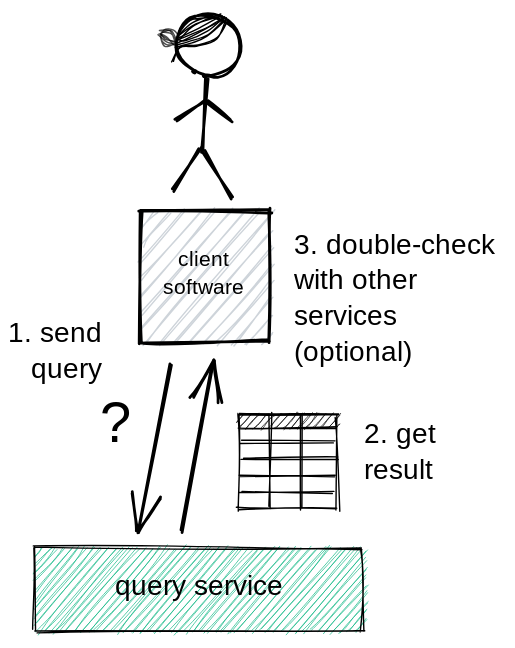
This is images/querying.svg from tkuhn/knowledge-space, a Excalidraw export, as it was before one commit. Source tidied: one line per element, renumbered; positions are measured from the earlier drawing's top-left corner, leaving out a move shared by most shapes. The source it was exported from:
```json
{"id": 0, "type": "ellipse", "strokeColor": "#000000", "angle": 3.54, "strokeWidth": 2, "roughness": 1, "x": 115, "y": 0, "width": 47, "height": 43}
{"id": 1, "type": "line", "strokeColor": "#000000", "backgroundColor": "#ced4da", "fillStyle": "solid", "strokeWidth": 2, "roughness": 1, "x": 137, "y": 45, "width": 2, "height": 53, "points": [[0, 0], [-2, 53]]}
{"id": 2, "type": "line", "strokeColor": "#000000", "backgroundColor": "#ced4da", "fillStyle": "solid", "strokeWidth": 2, "roughness": 1, "x": 135, "y": 98, "width": 21, "height": 32, "points": [[0, 0], [21, 32]]}
{"id": 3, "type": "line", "strokeColor": "#000000", "backgroundColor": "#ced4da", "fillStyle": "solid", "strokeWidth": 2, "roughness": 1, "x": 132, "y": 96, "width": 18, "height": 30, "points": [[0, 0], [-18, 30]]}
{"id": 4, "type": "line", "strokeColor": "#000000", "backgroundColor": "#ced4da", "fillStyle": "solid", "strokeWidth": 2, "roughness": 1, "x": 117, "y": 76, "width": 19, "height": 14, "points": [[0, 0], [19, -14]]}
{"id": 5, "type": "line", "strokeColor": "#000000", "backgroundColor": "#ced4da", "fillStyle": "solid", "strokeWidth": 2, "roughness": 1, "x": 137, "y": 62, "width": 19, "height": 14, "points": [[0, 0], [19, 14]]}
{"id": 6, "type": "line", "strokeColor": "#000000", "strokeWidth": 1, "roughness": 1, "x": 167, "y": 4, "width": 39, "height": 29, "points": [[-15, 0], [-23, 13], [-36, 19], [-48, 19], [-54, 29]]}
{"id": 7, "type": "line", "strokeColor": "#000000", "strokeWidth": 1, "roughness": 1, "x": 163, "y": 3, "width": 34, "height": 19, "points": [[-13, 0], [-24, 11], [-38, 17], [-48, 19]]}
{"id": 8, "type": "line", "strokeColor": "#000000", "strokeWidth": 1, "roughness": 1, "x": 160, "y": 1, "width": 30, "height": 15, "points": [[-12, 0], [-29, 6], [-42, 15]]}
{"id": 9, "type": "line", "strokeColor": "#000000", "strokeWidth": 1, "roughness": 1, "x": 161, "y": 3, "width": 32, "height": 16, "points": [[-13, 0], [-25, 9], [-37, 14], [-45, 16]]}
{"id": 10, "type": "line", "strokeColor": "#000000", "strokeWidth": 1, "roughness": 1, "x": 160, "y": 2, "width": 31, "height": 15, "points": [[-12, 0], [-27, 8], [-43, 15]]}
{"id": 11, "type": "line", "strokeColor": "#000000", "strokeWidth": 1, "roughness": 1, "x": 155, "y": 1, "width": 26, "height": 13, "points": [[-10, 0], [-27, 5], [-37, 13]]}
{"id": 12, "type": "line", "strokeColor": "#000000", "strokeWidth": 1, "roughness": 1, "opacity": 70, "x": 120, "y": 26, "width": 13, "height": 11, "points": [[-4, -4], [-11, -5], [-15, -10], [-13, -15], [-6, -16], [-3, -10]]}
{"id": 13, "type": "line", "strokeColor": "#000000", "strokeWidth": 1, "roughness": 1, "opacity": 70, "x": 103, "y": 14, "width": 12, "height": 6, "points": [[0, 0], [5, 5], [12, 6]]}
{"id": 14, "type": "line", "strokeColor": "#000000", "strokeWidth": 1, "roughness": 1, "opacity": 70, "x": 105, "y": 12, "width": 10, "height": 6, "points": [[0, 0], [7, 1], [10, 6]]}
{"id": 15, "type": "line", "strokeColor": "#000000", "strokeWidth": 1, "roughness": 1, "opacity": 70, "x": 105, "y": 14, "width": 10, "height": 6, "points": [[0, 0], [4, 3], [10, 6]]}
{"id": 16, "type": "arrow", "strokeColor": "#000000", "strokeWidth": 2, "roughness": 1, "endArrowhead": "arrow", "from": 17, "to": 24, "x": 112, "y": 250, "width": 24, "height": 119, "points": [[0, 0], [-24, 119]]}
{"id": 17, "type": "rectangle", "strokeColor": "#000000", "backgroundColor": "#ced4da", "fillStyle": "hachure", "strokeWidth": 2, "roughness": 1, "x": 91, "y": 140, "width": 92, "height": 94}
{"id": 18, "type": "text", "text": "client\nsoftware", "strokeColor": "#000000", "backgroundColor": "#ced4da", "fillStyle": "hachure", "strokeWidth": 2, "roughness": 1, "fontSize": 15.0, "fontFamily": 1, "textAlign": "center", "verticalAlign": "middle", "x": 102, "y": 166, "width": 66, "height": 40}
{"id": 19, "type": "arrow", "strokeColor": "#000000", "strokeWidth": 2, "roughness": 1, "startArrowhead": "arrow", "from": 17, "to": 24, "x": 142, "y": 248, "width": 22, "height": 121, "points": [[0, 0], [-22, 121]]}
{"id": 20, "type": "text", "text": "?", "strokeColor": "#000000", "backgroundColor": "#12b886", "fillStyle": "hachure", "strokeWidth": 1, "strokeStyle": "dotted", "roughness": 0, "fontSize": 40.0, "fontFamily": 1, "x": 61, "y": 268, "width": 20, "height": 52}
{"id": 21, "type": "text", "text": "1. send\nquery", "strokeColor": "#000000", "strokeWidth": 1, "roughness": 1, "fontSize": 20, "fontFamily": 1, "textAlign": "right", "x": 0, "y": 216, "width": 63, "height": 51}
{"id": 22, "type": "text", "text": "2. get\nresult", "strokeColor": "#000000", "strokeWidth": 1, "roughness": 1, "fontSize": 20, "fontFamily": 1, "x": 250, "y": 288, "width": 62, "height": 51}
{"id": 23, "type": "text", "text": "3. double-check\nwith other\nservices\n(optional)", "strokeColor": "#000000", "strokeWidth": 1, "roughness": 1, "fontSize": 20, "fontFamily": 1, "x": 200, "y": 153, "width": 148, "height": 102}
{"id": 24, "type": "rectangle", "strokeColor": "transparent", "backgroundColor": "#ffffff", "fillStyle": "solid", "strokeWidth": 1, "roughness": 1, "x": 16, "y": 383, "width": 234, "height": 59}
{"id": 25, "type": "rectangle", "strokeColor": "#000000", "backgroundColor": "#12b886", "fillStyle": "hachure", "strokeWidth": 1, "roughness": 1, "x": 15, "y": 381, "width": 234, "height": 59}
{"id": 26, "type": "text", "text": "query service", "strokeColor": "#000000", "backgroundColor": "#228be6", "fillStyle": "solid", "strokeWidth": 1, "roughness": 1, "fontSize": 20, "fontFamily": 1, "textAlign": "center", "x": 68, "y": 396, "width": 128, "height": 25}
{"id": 27, "type": "rectangle", "strokeColor": "#000000", "strokeWidth": 1, "roughness": 1, "x": 161, "y": 286, "width": 70, "height": 67}
{"id": 28, "type": "line", "strokeColor": "#000000", "strokeWidth": 1, "roughness": 1, "x": 162, "y": 295, "width": 68, "height": 0, "points": [[0, 0], [68, 0]]}
{"id": 29, "type": "line", "strokeColor": "#000000", "strokeWidth": 1, "roughness": 1, "x": 162, "y": 305, "width": 68, "height": 0, "points": [[0, 0], [68, 0]]}
{"id": 30, "type": "line", "strokeColor": "#000000", "strokeWidth": 1, "roughness": 1, "x": 163, "y": 317, "width": 68, "height": 0, "points": [[0, 0], [68, 0]]}
{"id": 31, "type": "line", "strokeColor": "#000000", "strokeWidth": 1, "roughness": 1, "x": 161, "y": 330, "width": 68, "height": 0, "points": [[0, 0], [68, 0]]}
{"id": 32, "type": "line", "strokeColor": "#000000", "strokeWidth": 1, "roughness": 1, "x": 161, "y": 341, "width": 68, "height": 0, "points": [[0, 0], [68, 0]]}
{"id": 33, "type": "line", "strokeColor": "#000000", "strokeWidth": 1, "roughness": 1, "x": 182, "y": 285, "width": 0, "height": 67, "points": [[0, 0], [0, 67]]}
{"id": 34, "type": "line", "strokeColor": "#000000", "strokeWidth": 1, "roughness": 1, "x": 205, "y": 286, "width": 0, "height": 67, "points": [[0, 0], [0, 67]]}
{"id": 35, "type": "rectangle", "strokeColor": "transparent", "backgroundColor": "#000", "fillStyle": "hachure", "strokeWidth": 1, "roughness": 1, "x": 159, "y": 285, "width": 71, "height": 10}
```
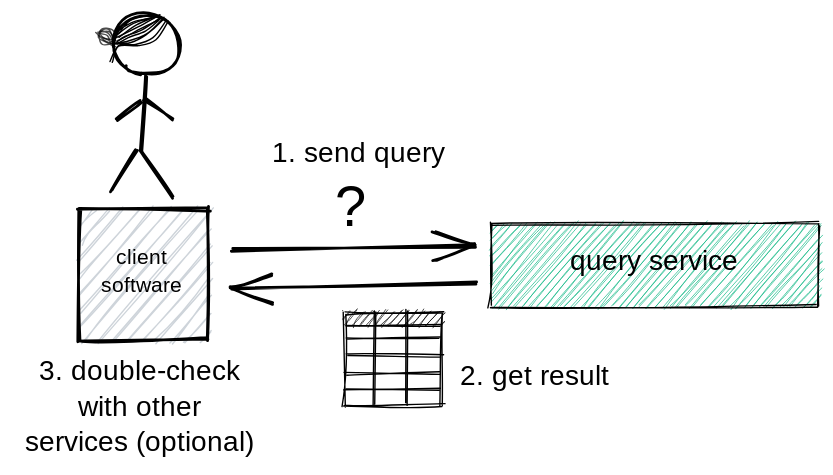
Above is the later version.

What changed in the source:
```diff
@@ -1,36 +1,36 @@
-{"id": 0, "type": "ellipse", "strokeColor": "#000000", "angle": 3.54, "strokeWidth": 2, "roughness": 1, "x": 115, "y": 0, "width": 47, "height": 43}
-{"id": 1, "type": "line", "strokeColor": "#000000", "backgroundColor": "#ced4da", "fillStyle": "solid", "strokeWidth": 2, "roughness": 1, "x": 137, "y": 45, "width": 2, "height": 53, "points": [[0, 0], [-2, 53]]}
-{"id": 2, "type": "line", "strokeColor": "#000000", "backgroundColor": "#ced4da", "fillStyle": "solid", "strokeWidth": 2, "roughness": 1, "x": 135, "y": 98, "width": 21, "height": 32, "points": [[0, 0], [21, 32]]}
-{"id": 3, "type": "line", "strokeColor": "#000000", "backgroundColor": "#ced4da", "fillStyle": "solid", "strokeWidth": 2, "roughness": 1, "x": 132, "y": 96, "width": 18, "height": 30, "points": [[0, 0], [-18, 30]]}
-{"id": 4, "type": "line", "strokeColor": "#000000", "backgroundColor": "#ced4da", "fillStyle": "solid", "strokeWidth": 2, "roughness": 1, "x": 117, "y": 76, "width": 19, "height": 14, "points": [[0, 0], [19, -14]]}
-{"id": 5, "type": "line", "strokeColor": "#000000", "backgroundColor": "#ced4da", "fillStyle": "solid", "strokeWidth": 2, "roughness": 1, "x": 137, "y": 62, "width": 19, "height": 14, "points": [[0, 0], [19, 14]]}
-{"id": 6, "type": "line", "strokeColor": "#000000", "strokeWidth": 1, "roughness": 1, "x": 167, "y": 4, "width": 39, "height": 29, "points": [[-15, 0], [-23, 13], [-36, 19], [-48, 19], [-54, 29]]}
-{"id": 7, "type": "line", "strokeColor": "#000000", "strokeWidth": 1, "roughness": 1, "x": 163, "y": 3, "width": 34, "height": 19, "points": [[-13, 0], [-24, 11], [-38, 17], [-48, 19]]}
-{"id": 8, "type": "line", "strokeColor": "#000000", "strokeWidth": 1, "roughness": 1, "x": 160, "y": 1, "width": 30, "height": 15, "points": [[-12, 0], [-29, 6], [-42, 15]]}
-{"id": 9, "type": "line", "strokeColor": "#000000", "strokeWidth": 1, "roughness": 1, "x": 161, "y": 3, "width": 32, "height": 16, "points": [[-13, 0], [-25, 9], [-37, 14], [-45, 16]]}
-{"id": 10, "type": "line", "strokeColor": "#000000", "strokeWidth": 1, "roughness": 1, "x": 160, "y": 2, "width": 31, "height": 15, "points": [[-12, 0], [-27, 8], [-43, 15]]}
-{"id": 11, "type": "line", "strokeColor": "#000000", "strokeWidth": 1, "roughness": 1, "x": 155, "y": 1, "width": 26, "height": 13, "points": [[-10, 0], [-27, 5], [-37, 13]]}
-{"id": 12, "type": "line", "strokeColor": "#000000", "strokeWidth": 1, "roughness": 1, "opacity": 70, "x": 120, "y": 26, "width": 13, "height": 11, "points": [[-4, -4], [-11, -5], [-15, -10], [-13, -15], [-6, -16], [-3, -10]]}
-{"id": 13, "type": "line", "strokeColor": "#000000", "strokeWidth": 1, "roughness": 1, "opacity": 70, "x": 103, "y": 14, "width": 12, "height": 6, "points": [[0, 0], [5, 5], [12, 6]]}
-{"id": 14, "type": "line", "strokeColor": "#000000", "strokeWidth": 1, "roughness": 1, "opacity": 70, "x": 105, "y": 12, "width": 10, "height": 6, "points": [[0, 0], [7, 1], [10, 6]]}
-{"id": 15, "type": "line", "strokeColor": "#000000", "strokeWidth": 1, "roughness": 1, "opacity": 70, "x": 105, "y": 14, "width": 10, "height": 6, "points": [[0, 0], [4, 3], [10, 6]]}
-{"id": 16, "type": "arrow", "strokeColor": "#000000", "strokeWidth": 2, "roughness": 1, "endArrowhead": "arrow", "from": 17, "to": 24, "x": 112, "y": 250, "width": 24, "height": 119, "points": [[0, 0], [-24, 119]]}
+{"id": 16, "type": "arrow", "strokeColor": "#000000", "strokeWidth": 2, "roughness": 1, "startArrowhead": "arrow", "from": 17, "to": 52, "x": 199, "y": 197, "width": 175, "height": 5, "points": [[0, 0], [175, -5]]}
 {"id": 17, "type": "rectangle", "strokeColor": "#000000", "backgroundColor": "#ced4da", "fillStyle": "hachure", "strokeWidth": 2, "roughness": 1, "x": 91, "y": 140, "width": 92, "height": 94}
 {"id": 18, "type": "text", "text": "client\nsoftware", "strokeColor": "#000000", "backgroundColor": "#ced4da", "fillStyle": "hachure", "strokeWidth": 2, "roughness": 1, "fontSize": 15.0, "fontFamily": 1, "textAlign": "center", "verticalAlign": "middle", "x": 102, "y": 166, "width": 66, "height": 40}
-{"id": 19, "type": "arrow", "strokeColor": "#000000", "strokeWidth": 2, "roughness": 1, "startArrowhead": "arrow", "from": 17, "to": 24, "x": 142, "y": 248, "width": 22, "height": 121, "points": [[0, 0], [-22, 121]]}
+{"id": 19, "type": "arrow", "strokeColor": "#000000", "strokeWidth": 2, "roughness": 1, "endArrowhead": "arrow", "from": 17, "to": 52, "x": 199, "y": 169, "width": 174, "height": 2, "points": [[0, 0], [174, -2]]}
-{"id": 20, "type": "text", "text": "?", "strokeColor": "#000000", "backgroundColor": "#12b886", "fillStyle": "hachure", "strokeWidth": 1, "strokeStyle": "dotted", "roughness": 0, "fontSize": 40.0, "fontFamily": 1, "x": 61, "y": 268, "width": 20, "height": 52}
+{"id": 20, "type": "text", "text": "?", "strokeColor": "#000000", "backgroundColor": "#12b886", "fillStyle": "hachure", "strokeWidth": 1, "strokeStyle": "dotted", "roughness": 0, "fontSize": 40.0, "fontFamily": 1, "x": 273, "y": 116, "width": 20, "height": 52}
-{"id": 21, "type": "text", "text": "1. send\nquery", "strokeColor": "#000000", "strokeWidth": 1, "roughness": 1, "fontSize": 20, "fontFamily": 1, "textAlign": "right", "x": 0, "y": 216, "width": 63, "height": 51}
+{"id": 21, "type": "text", "text": "1. send query", "strokeColor": "#000000", "strokeWidth": 1, "roughness": 1, "fontSize": 20, "fontFamily": 1, "textAlign": "center", "x": 227, "y": 88, "width": 126, "height": 25}
-{"id": 22, "type": "text", "text": "2. get\nresult", "strokeColor": "#000000", "strokeWidth": 1, "roughness": 1, "fontSize": 20, "fontFamily": 1, "x": 250, "y": 288, "width": 62, "height": 51}
+{"id": 22, "type": "text", "text": "2. get result", "strokeColor": "#000000", "strokeWidth": 1, "roughness": 1, "fontSize": 20, "fontFamily": 1, "x": 363, "y": 248, "width": 131, "height": 25}
-{"id": 23, "type": "text", "text": "3. double-check\nwith other\nservices\n(optional)", "strokeColor": "#000000", "strokeWidth": 1, "roughness": 1, "fontSize": 20, "fontFamily": 1, "x": 200, "y": 153, "width": 148, "height": 102}
+{"id": 23, "type": "text", "text": "3. double-check\nwith other\nservices (optional)", "strokeColor": "#000000", "strokeWidth": 1, "roughness": 1, "fontSize": 20, "fontFamily": 1, "textAlign": "center", "x": 44, "y": 244, "width": 179, "height": 76}
-{"id": 24, "type": "rectangle", "strokeColor": "transparent", "backgroundColor": "#ffffff", "fillStyle": "solid", "strokeWidth": 1, "roughness": 1, "x": 16, "y": 383, "width": 234, "height": 59}
-{"id": 25, "type": "rectangle", "strokeColor": "#000000", "backgroundColor": "#12b886", "fillStyle": "hachure", "strokeWidth": 1, "roughness": 1, "x": 15, "y": 381, "width": 234, "height": 59}
+{"id": 36, "type": "ellipse", "strokeColor": "#000000", "angle": 3.54, "strokeWidth": 2, "roughness": 1, "x": 115, "y": 1, "width": 47, "height": 43}
+{"id": 37, "type": "line", "strokeColor": "#000000", "backgroundColor": "#ced4da", "fillStyle": "solid", "strokeWidth": 2, "roughness": 1, "x": 137, "y": 46, "width": 2, "height": 53, "points": [[0, 0], [-2, 53]]}
+{"id": 38, "type": "line", "strokeColor": "#000000", "backgroundColor": "#ced4da", "fillStyle": "solid", "strokeWidth": 2, "roughness": 1, "x": 135, "y": 100, "width": 21, "height": 32, "points": [[0, 0], [21, 32]]}
+{"id": 39, "type": "line", "strokeColor": "#000000", "backgroundColor": "#ced4da", "fillStyle": "solid", "strokeWidth": 2, "roughness": 1, "x": 132, "y": 97, "width": 18, "height": 30, "points": [[0, 0], [-18, 30]]}
+{"id": 40, "type": "line", "strokeColor": "#000000", "backgroundColor": "#ced4da", "fillStyle": "solid", "strokeWidth": 2, "roughness": 1, "x": 116, "y": 77, "width": 19, "height": 14, "points": [[0, 0], [19, -14]]}
+{"id": 41, "type": "line", "strokeColor": "#000000", "backgroundColor": "#ced4da", "fillStyle": "solid", "strokeWidth": 2, "roughness": 1, "x": 137, "y": 63, "width": 19, "height": 14, "points": [[0, 0], [19, 14]]}
+{"id": 42, "type": "line", "strokeColor": "#000000", "strokeWidth": 1, "roughness": 1, "x": 152, "y": 5, "width": 39, "height": 29, "points": [[0, 0], [-8, 13], [-21, 19], [-33, 19], [-39, 29]]}
+{"id": 43, "type": "line", "strokeColor": "#000000", "strokeWidth": 1, "roughness": 1, "x": 150, "y": 4, "width": 34, "height": 19, "points": [[0, 0], [-11, 11], [-24, 17], [-34, 19]]}
+{"id": 44, "type": "line", "strokeColor": "#000000", "strokeWidth": 1, "roughness": 1, "x": 148, "y": 2, "width": 30, "height": 15, "points": [[0, 0], [-18, 6], [-30, 15]]}
+{"id": 45, "type": "line", "strokeColor": "#000000", "strokeWidth": 1, "roughness": 1, "x": 149, "y": 4, "width": 32, "height": 16, "points": [[0, 0], [-12, 9], [-25, 14], [-32, 16]]}
+{"id": 46, "type": "line", "strokeColor": "#000000", "strokeWidth": 1, "roughness": 1, "x": 148, "y": 3, "width": 31, "height": 15, "points": [[0, 0], [-15, 8], [-31, 15]]}
+{"id": 47, "type": "line", "strokeColor": "#000000", "strokeWidth": 1, "roughness": 1, "x": 144, "y": 2, "width": 26, "height": 13, "points": [[0, 0], [-17, 5], [-26, 13]]}
+{"id": 48, "type": "line", "strokeColor": "#000000", "strokeWidth": 1, "roughness": 1, "opacity": 70, "x": 115, "y": 23, "width": 13, "height": 11, "points": [[0, 0], [-7, -1], [-11, -5], [-9, -11], [-2, -11], [2, -5]]}
+{"id": 49, "type": "line", "strokeColor": "#000000", "strokeWidth": 1, "roughness": 1, "opacity": 70, "x": 103, "y": 15, "width": 12, "height": 6, "points": [[0, 0], [5, 5], [12, 6]]}
+{"id": 50, "type": "line", "strokeColor": "#000000", "strokeWidth": 1, "roughness": 1, "opacity": 70, "x": 105, "y": 13, "width": 10, "height": 6, "points": [[0, 0], [7, 1], [10, 6]]}
+{"id": 51, "type": "line", "strokeColor": "#000000", "strokeWidth": 1, "roughness": 1, "opacity": 70, "x": 105, "y": 15, "width": 10, "height": 6, "points": [[0, 0], [4, 3], [10, 6]]}
+{"id": 52, "type": "rectangle", "strokeColor": "transparent", "backgroundColor": "#ffffff", "fillStyle": "solid", "strokeWidth": 1, "roughness": 1, "x": 385, "y": 153, "width": 234, "height": 59}
+{"id": 53, "type": "rectangle", "strokeColor": "#000000", "backgroundColor": "#12b886", "fillStyle": "hachure", "strokeWidth": 1, "roughness": 1, "x": 384, "y": 151, "width": 234, "height": 59}
-{"id": 26, "type": "text", "text": "query service", "strokeColor": "#000000", "backgroundColor": "#228be6", "fillStyle": "solid", "strokeWidth": 1, "roughness": 1, "fontSize": 20, "fontFamily": 1, "textAlign": "center", "x": 68, "y": 396, "width": 128, "height": 25}
+{"id": 26, "type": "text", "text": "query service", "strokeColor": "#000000", "backgroundColor": "#228be6", "fillStyle": "solid", "strokeWidth": 1, "roughness": 1, "fontSize": 20, "fontFamily": 1, "textAlign": "center", "x": 437, "y": 166, "width": 128, "height": 25}
-{"id": 27, "type": "rectangle", "strokeColor": "#000000", "strokeWidth": 1, "roughness": 1, "x": 161, "y": 286, "width": 70, "height": 67}
-{"id": 28, "type": "line", "strokeColor": "#000000", "strokeWidth": 1, "roughness": 1, "x": 162, "y": 295, "width": 68, "height": 0, "points": [[0, 0], [68, 0]]}
-{"id": 29, "type": "line", "strokeColor": "#000000", "strokeWidth": 1, "roughness": 1, "x": 162, "y": 305, "width": 68, "height": 0, "points": [[0, 0], [68, 0]]}
-{"id": 30, "type": "line", "strokeColor": "#000000", "strokeWidth": 1, "roughness": 1, "x": 163, "y": 317, "width": 68, "height": 0, "points": [[0, 0], [68, 0]]}
-{"id": 31, "type": "line", "strokeColor": "#000000", "strokeWidth": 1, "roughness": 1, "x": 161, "y": 330, "width": 68, "height": 0, "points": [[0, 0], [68, 0]]}
-{"id": 32, "type": "line", "strokeColor": "#000000", "strokeWidth": 1, "roughness": 1, "x": 161, "y": 341, "width": 68, "height": 0, "points": [[0, 0], [68, 0]]}
-{"id": 33, "type": "line", "strokeColor": "#000000", "strokeWidth": 1, "roughness": 1, "x": 182, "y": 285, "width": 0, "height": 67, "points": [[0, 0], [0, 67]]}
-{"id": 34, "type": "line", "strokeColor": "#000000", "strokeWidth": 1, "roughness": 1, "x": 205, "y": 286, "width": 0, "height": 67, "points": [[0, 0], [0, 67]]}
-{"id": 35, "type": "rectangle", "strokeColor": "transparent", "backgroundColor": "#000", "fillStyle": "hachure", "strokeWidth": 1, "roughness": 1, "x": 159, "y": 285, "width": 71, "height": 10}
+{"id": 54, "type": "rectangle", "strokeColor": "#000000", "strokeWidth": 1, "roughness": 1, "x": 280, "y": 214, "width": 70, "height": 67}
+{"id": 55, "type": "line", "strokeColor": "#000000", "strokeWidth": 1, "roughness": 1, "x": 281, "y": 223, "width": 68, "height": 0, "points": [[0, 0], [68, 0]]}
+{"id": 56, "type": "line", "strokeColor": "#000000", "strokeWidth": 1, "roughness": 1, "x": 281, "y": 233, "width": 68, "height": 0, "points": [[0, 0], [68, 0]]}
+{"id": 57, "type": "line", "strokeColor": "#000000", "strokeWidth": 1, "roughness": 1, "x": 282, "y": 245, "width": 68, "height": 0, "points": [[0, 0], [68, 0]]}
+{"id": 58, "type": "line", "strokeColor": "#000000", "strokeWidth": 1, "roughness": 1, "x": 280, "y": 258, "width": 68, "height": 0, "points": [[0, 0], [68, 0]]}
+{"id": 59, "type": "line", "strokeColor": "#000000", "strokeWidth": 1, "roughness": 1, "x": 280, "y": 269, "width": 68, "height": 0, "points": [[0, 0], [68, 0]]}
+{"id": 60, "type": "line", "strokeColor": "#000000", "strokeWidth": 1, "roughness": 1, "x": 302, "y": 213, "width": 0, "height": 67, "points": [[0, 0], [0, 67]]}
+{"id": 61, "type": "line", "strokeColor": "#000000", "strokeWidth": 1, "roughness": 1, "x": 324, "y": 214, "width": 0, "height": 67, "points": [[0, 0], [0, 67]]}
+{"id": 62, "type": "rectangle", "strokeColor": "transparent", "backgroundColor": "#000", "fillStyle": "hachure", "strokeWidth": 1, "roughness": 1, "x": 279, "y": 213, "width": 71, "height": 10}
```
